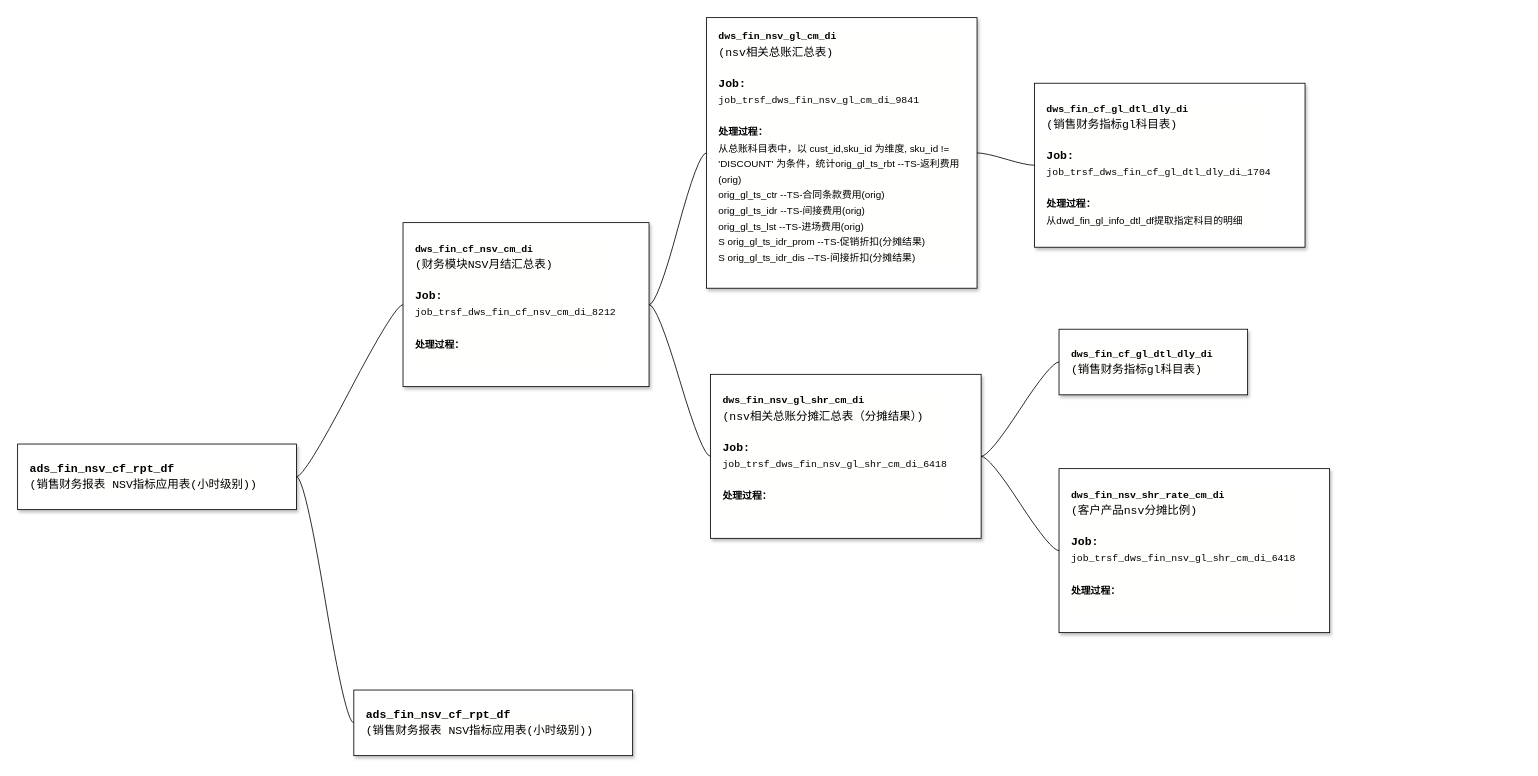
Earlier version of the draw.io diagram vitasoy-fin-nsv.drawio (fsJerryChan/fsJerryChan). Source tidied: cells renumbered, new cells numbered last; positions are measured from the earlier drawing's top-left corner, leaving out a move shared by most shapes. Both pictures are drawn from the tidied source at 82%, with x=0, y=0 at pixel (17, 17).
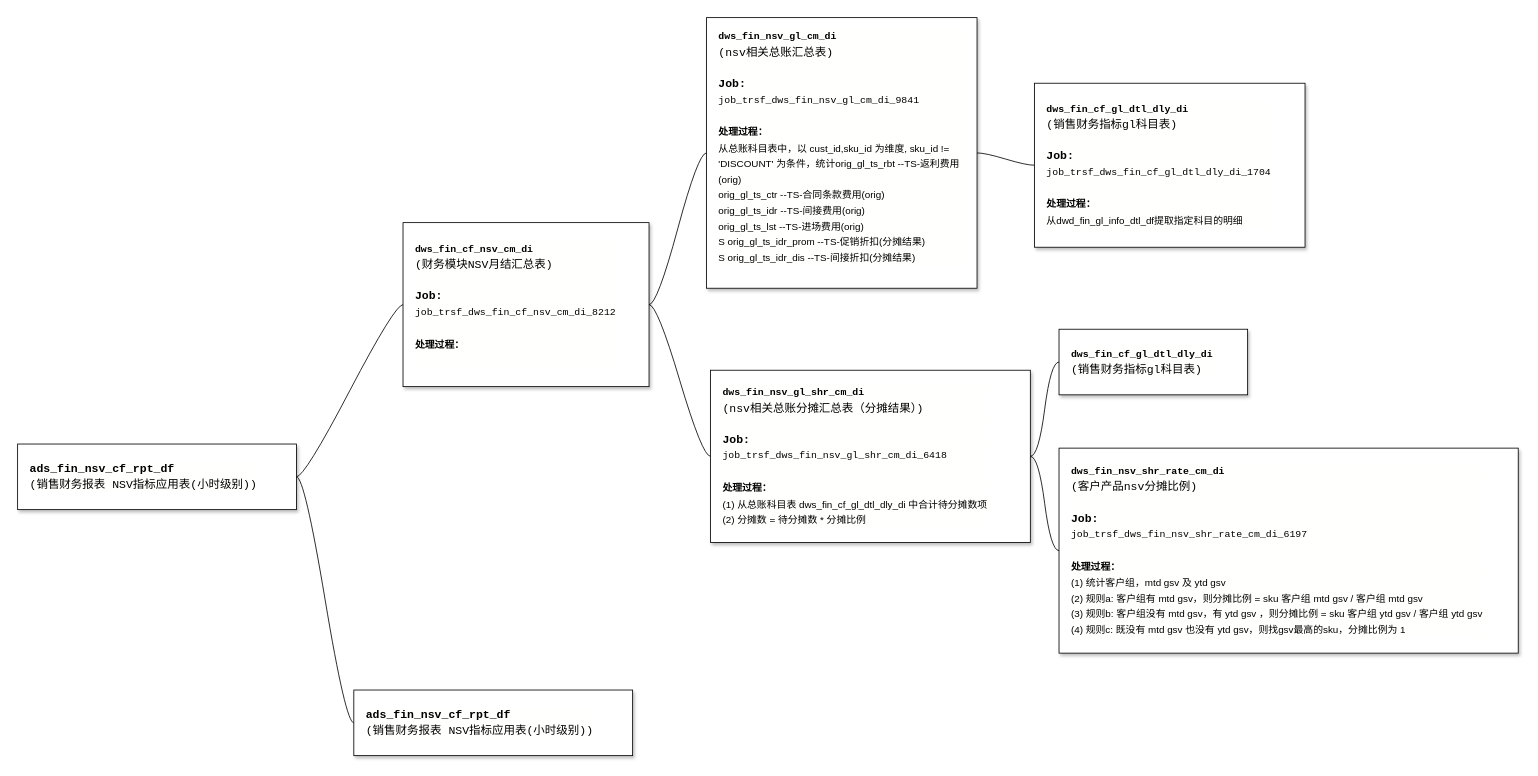
Above is the later version.

What changed in the source:
```diff
@@
 <mxGraphModel>
   <root>
     <mxCell id="0" />
     <mxCell id="1" parent="0" />
     <mxCell id="2" style="edgeStyle=entityRelationEdgeStyle;rounded=0;jettySize=auto;html=1;startArrow=none;endArrow=none;segment=10;curved=1;sourcePerimeterSpacing=0;targetPerimeterSpacing=0;" parent="1" edge="1" source="4" target="7">
       <mxGeometry relative="1" as="geometry" />
     </mxCell>
     <mxCell id="3" style="edgeStyle=entityRelationEdgeStyle;rounded=0;jettySize=auto;html=1;startArrow=none;endArrow=none;segment=10;curved=1;sourcePerimeterSpacing=0;targetPerimeterSpacing=0;" parent="1" edge="1" source="4" target="11">
       <mxGeometry relative="1" as="geometry" />
     </mxCell>
     <mxCell id="4" value="&lt;div style=&quot;background-color: rgb(255, 255, 254); font-family: Consolas, &amp;quot;Courier New&amp;quot;, monospace; font-size: 14px; line-height: 19px;&quot;&gt;&lt;b&gt;ads_fin_nsv_cf_rpt_df&lt;/b&gt;&lt;/div&gt;&lt;div style=&quot;background-color: rgb(255, 255, 254); font-family: Consolas, &amp;quot;Courier New&amp;quot;, monospace; font-size: 14px; line-height: 19px;&quot;&gt;(销售财务报表 NSV指标应用表(小时级别))&lt;/div&gt;" style="whiteSpace=wrap;html=1;rounded=0;arcSize=50;align=left;verticalAlign=middle;strokeWidth=1;spacing=15;newEdgeStyle={&quot;edgeStyle&quot;:&quot;entityRelationEdgeStyle&quot;,&quot;startArrow&quot;:&quot;none&quot;,&quot;endArrow&quot;:&quot;none&quot;,&quot;segment&quot;:10,&quot;curved&quot;:1,&quot;sourcePerimeterSpacing&quot;:0,&quot;targetPerimeterSpacing&quot;:0};shadow=1;" parent="1" vertex="1">
       <mxGeometry y="520" width="340" height="80" as="geometry" />
     </mxCell>
     <mxCell id="5" style="edgeStyle=entityRelationEdgeStyle;rounded=0;jettySize=auto;html=1;startArrow=none;endArrow=none;segment=10;curved=1;sourcePerimeterSpacing=0;targetPerimeterSpacing=0;" parent="1" edge="1" source="7" target="9">
       <mxGeometry relative="1" as="geometry" />
     </mxCell>
     <mxCell id="6" style="edgeStyle=entityRelationEdgeStyle;rounded=0;jettySize=auto;html=1;startArrow=none;endArrow=none;segment=10;curved=1;sourcePerimeterSpacing=0;targetPerimeterSpacing=0;" parent="1" edge="1" source="7" target="14">
       <mxGeometry relative="1" as="geometry" />
     </mxCell>
     <mxCell id="7" value="&lt;div style=&quot;background-color: rgb(255, 255, 254); line-height: 19px;&quot;&gt;&lt;font face=&quot;Consolas, Courier New, monospace&quot;&gt;&lt;b&gt;dws_fin_cf_nsv_cm_di&lt;/b&gt;&lt;/font&gt;&lt;br&gt;&lt;/div&gt;&lt;div style=&quot;background-color: rgb(255, 255, 254); font-family: Consolas, &amp;quot;Courier New&amp;quot;, monospace; font-size: 14px; line-height: 19px;&quot;&gt;(财务模块NSV月结汇总表)&lt;/div&gt;&lt;div style=&quot;background-color: rgb(255, 255, 254); font-family: Consolas, &amp;quot;Courier New&amp;quot;, monospace; font-size: 14px; line-height: 19px;&quot;&gt;&lt;br&gt;&lt;/div&gt;&lt;div style=&quot;background-color: rgb(255, 255, 254); font-family: Consolas, &amp;quot;Courier New&amp;quot;, monospace; font-size: 14px; line-height: 19px;&quot;&gt;&lt;b&gt;Job:&lt;/b&gt;&lt;/div&gt;&lt;div style=&quot;background-color: rgb(255, 255, 254); line-height: 19px;&quot;&gt;&lt;font face=&quot;Consolas, Courier New, monospace&quot;&gt;job_trsf_dws_fin_cf_nsv_cm_di_8212&lt;/font&gt;&lt;br&gt;&lt;/div&gt;&lt;div style=&quot;background-color: rgb(255, 255, 254); line-height: 19px;&quot;&gt;&lt;font face=&quot;Consolas, Courier New, monospace&quot;&gt;&lt;br&gt;&lt;/font&gt;&lt;/div&gt;&lt;div style=&quot;background-color: rgb(255, 255, 254); line-height: 19px;&quot;&gt;&lt;font face=&quot;Consolas, Courier New, monospace&quot;&gt;&lt;b&gt;处理过程：&lt;/b&gt;&lt;/font&gt;&lt;/div&gt;&lt;div style=&quot;background-color: rgb(255, 255, 254); line-height: 19px;&quot;&gt;&lt;br&gt;&lt;/div&gt;" style="whiteSpace=wrap;html=1;rounded=0;arcSize=50;align=left;verticalAlign=middle;strokeWidth=1;spacing=15;newEdgeStyle={&quot;edgeStyle&quot;:&quot;entityRelationEdgeStyle&quot;,&quot;startArrow&quot;:&quot;none&quot;,&quot;endArrow&quot;:&quot;none&quot;,&quot;segment&quot;:10,&quot;curved&quot;:1,&quot;sourcePerimeterSpacing&quot;:0,&quot;targetPerimeterSpacing&quot;:0};shadow=1;" parent="1" vertex="1">
       <mxGeometry x="470" y="250" width="300" height="200" as="geometry" />
     </mxCell>
     <mxCell id="8" style="edgeStyle=entityRelationEdgeStyle;rounded=0;jettySize=auto;html=1;startArrow=none;endArrow=none;segment=10;curved=1;sourcePerimeterSpacing=0;targetPerimeterSpacing=0;" parent="1" edge="1" source="9" target="10">
       <mxGeometry relative="1" as="geometry" />
     </mxCell>
     <mxCell id="9" value="&lt;div style=&quot;background-color: rgb(255, 255, 254); line-height: 19px;&quot;&gt;&lt;font face=&quot;Consolas, Courier New, monospace&quot;&gt;&lt;b&gt;dws_fin_nsv_gl_cm_di&lt;/b&gt;&lt;/font&gt;&lt;br&gt;&lt;/div&gt;&lt;div style=&quot;background-color: rgb(255, 255, 254); font-family: Consolas, &amp;quot;Courier New&amp;quot;, monospace; font-size: 14px; line-height: 19px;&quot;&gt;(nsv相关总账汇总表)&lt;/div&gt;&lt;div style=&quot;background-color: rgb(255, 255, 254); font-family: Consolas, &amp;quot;Courier New&amp;quot;, monospace; font-size: 14px; line-height: 19px;&quot;&gt;&lt;br&gt;&lt;/div&gt;&lt;div style=&quot;background-color: rgb(255, 255, 254); font-family: Consolas, &amp;quot;Courier New&amp;quot;, monospace; font-size: 14px; line-height: 19px;&quot;&gt;&lt;b&gt;Job:&lt;/b&gt;&lt;/div&gt;&lt;div style=&quot;background-color: rgb(255, 255, 254); line-height: 19px;&quot;&gt;&lt;font face=&quot;Consolas, Courier New, monospace&quot;&gt;job_trsf_dws_fin_nsv_gl_cm_di_9841&lt;/font&gt;&lt;br&gt;&lt;/div&gt;&lt;div style=&quot;background-color: rgb(255, 255, 254); line-height: 19px;&quot;&gt;&lt;font face=&quot;Consolas, Courier New, monospace&quot;&gt;&lt;br&gt;&lt;/font&gt;&lt;/div&gt;&lt;div style=&quot;background-color: rgb(255, 255, 254); line-height: 19px;&quot;&gt;&lt;font face=&quot;Consolas, Courier New, monospace&quot;&gt;&lt;b&gt;处理过程：&lt;/b&gt;&lt;/font&gt;&lt;/div&gt;&lt;div style=&quot;background-color: rgb(255, 255, 254); line-height: 19px;&quot;&gt;从总账科目表中，以 cust_id,sku_id 为维度, sku_id != 'DISCOUNT' 为条件，统计orig_gl_ts_rbt --TS-返利费用(orig)&lt;/div&gt;&lt;div style=&quot;background-color: rgb(255, 255, 254); line-height: 19px;&quot;&gt;orig_gl_ts_ctr --TS-合同条款费用(orig)&lt;/div&gt;&lt;div style=&quot;background-color: rgb(255, 255, 254); line-height: 19px;&quot;&gt;orig_gl_ts_idr --TS-间接费用(orig)&lt;/div&gt;&lt;div style=&quot;background-color: rgb(255, 255, 254); line-height: 19px;&quot;&gt;orig_gl_ts_lst --TS-进场费用(orig)&lt;/div&gt;&lt;div style=&quot;background-color: rgb(255, 255, 254); line-height: 19px;&quot;&gt;S orig_gl_ts_idr_prom --TS-促销折扣(分摊结果)&lt;/div&gt;&lt;div style=&quot;background-color: rgb(255, 255, 254); line-height: 19px;&quot;&gt;S orig_gl_ts_idr_dis --TS-间接折扣(分摊结果)&lt;/div&gt;&lt;div&gt;&lt;br&gt;&lt;/div&gt;" style="whiteSpace=wrap;html=1;rounded=0;arcSize=50;align=left;verticalAlign=middle;strokeWidth=1;spacing=15;newEdgeStyle={&quot;edgeStyle&quot;:&quot;entityRelationEdgeStyle&quot;,&quot;startArrow&quot;:&quot;none&quot;,&quot;endArrow&quot;:&quot;none&quot;,&quot;segment&quot;:10,&quot;curved&quot;:1,&quot;sourcePerimeterSpacing&quot;:0,&quot;targetPerimeterSpacing&quot;:0};shadow=1;" parent="1" vertex="1">
       <mxGeometry x="840" width="330" height="330" as="geometry" />
     </mxCell>
     <mxCell id="10" value="&lt;div style=&quot;background-color: rgb(255, 255, 254); line-height: 19px;&quot;&gt;&lt;font face=&quot;Consolas, Courier New, monospace&quot;&gt;&lt;b&gt;dws_fin_cf_gl_dtl_dly_di&lt;/b&gt;&lt;/font&gt;&lt;br&gt;&lt;/div&gt;&lt;div style=&quot;background-color: rgb(255, 255, 254); font-family: Consolas, &amp;quot;Courier New&amp;quot;, monospace; font-size: 14px; line-height: 19px;&quot;&gt;(销售财务指标gl科目表)&lt;/div&gt;&lt;div style=&quot;background-color: rgb(255, 255, 254); font-family: Consolas, &amp;quot;Courier New&amp;quot;, monospace; font-size: 14px; line-height: 19px;&quot;&gt;&lt;br&gt;&lt;/div&gt;&lt;div style=&quot;background-color: rgb(255, 255, 254); font-family: Consolas, &amp;quot;Courier New&amp;quot;, monospace; font-size: 14px; line-height: 19px;&quot;&gt;&lt;b&gt;Job:&lt;/b&gt;&lt;/div&gt;&lt;div style=&quot;background-color: rgb(255, 255, 254); line-height: 19px;&quot;&gt;&lt;font face=&quot;Consolas, Courier New, monospace&quot;&gt;job_trsf_dws_fin_cf_gl_dtl_dly_di_1704&lt;/font&gt;&lt;br&gt;&lt;/div&gt;&lt;div style=&quot;background-color: rgb(255, 255, 254); line-height: 19px;&quot;&gt;&lt;font face=&quot;Consolas, Courier New, monospace&quot;&gt;&lt;br&gt;&lt;/font&gt;&lt;/div&gt;&lt;div style=&quot;background-color: rgb(255, 255, 254); line-height: 19px;&quot;&gt;&lt;font face=&quot;Consolas, Courier New, monospace&quot;&gt;&lt;b&gt;处理过程：&lt;/b&gt;&lt;/font&gt;&lt;/div&gt;&lt;div style=&quot;background-color: rgb(255, 255, 254); line-height: 19px;&quot;&gt;&lt;font face=&quot;Consolas, Courier New, monospace&quot;&gt;从&lt;/font&gt;dwd_fin_gl_info_dtl_df提取指定科目的明细&lt;/div&gt;" style="whiteSpace=wrap;html=1;rounded=0;arcSize=50;align=left;verticalAlign=middle;strokeWidth=1;spacing=15;newEdgeStyle={&quot;edgeStyle&quot;:&quot;entityRelationEdgeStyle&quot;,&quot;startArrow&quot;:&quot;none&quot;,&quot;endArrow&quot;:&quot;none&quot;,&quot;segment&quot;:10,&quot;curved&quot;:1,&quot;sourcePerimeterSpacing&quot;:0,&quot;targetPerimeterSpacing&quot;:0};shadow=1;" parent="1" vertex="1">
       <mxGeometry x="1240" y="80" width="330" height="200" as="geometry" />
     </mxCell>
     <mxCell id="11" value="&lt;div style=&quot;background-color: rgb(255, 255, 254); font-family: Consolas, &amp;quot;Courier New&amp;quot;, monospace; font-size: 14px; line-height: 19px;&quot;&gt;&lt;b&gt;ads_fin_nsv_cf_rpt_df&lt;/b&gt;&lt;/div&gt;&lt;div style=&quot;background-color: rgb(255, 255, 254); font-family: Consolas, &amp;quot;Courier New&amp;quot;, monospace; font-size: 14px; line-height: 19px;&quot;&gt;(销售财务报表 NSV指标应用表(小时级别))&lt;/div&gt;" style="whiteSpace=wrap;html=1;rounded=0;arcSize=50;align=left;verticalAlign=middle;strokeWidth=1;spacing=15;newEdgeStyle={&quot;edgeStyle&quot;:&quot;entityRelationEdgeStyle&quot;,&quot;startArrow&quot;:&quot;none&quot;,&quot;endArrow&quot;:&quot;none&quot;,&quot;segment&quot;:10,&quot;curved&quot;:1,&quot;sourcePerimeterSpacing&quot;:0,&quot;targetPerimeterSpacing&quot;:0};shadow=1;" parent="1" vertex="1">
       <mxGeometry x="410" y="820" width="340" height="80" as="geometry" />
     </mxCell>
     <mxCell id="12" style="edgeStyle=entityRelationEdgeStyle;rounded=0;jettySize=auto;html=1;startArrow=none;endArrow=none;segment=10;curved=1;sourcePerimeterSpacing=0;targetPerimeterSpacing=0;" parent="1" edge="1" source="14" target="15">
       <mxGeometry relative="1" as="geometry" />
     </mxCell>
     <mxCell id="13" style="edgeStyle=entityRelationEdgeStyle;rounded=0;jettySize=auto;html=1;startArrow=none;endArrow=none;segment=10;curved=1;sourcePerimeterSpacing=0;targetPerimeterSpacing=0;" parent="1" edge="1" source="14" target="16">
       <mxGeometry relative="1" as="geometry" />
     </mxCell>
-    <mxCell id="14" value="&lt;div style=&quot;background-color: rgb(255, 255, 254); line-height: 19px;&quot;&gt;&lt;font face=&quot;Consolas, Courier New, monospace&quot;&gt;&lt;b&gt;dws_fin_nsv_gl_shr_cm_di&lt;/b&gt;&lt;/font&gt;&lt;br&gt;&lt;/div&gt;&lt;div style=&quot;background-color: rgb(255, 255, 254); font-family: Consolas, &amp;quot;Courier New&amp;quot;, monospace; font-size: 14px; line-height: 19px;&quot;&gt;(nsv相关总账分摊汇总表（分摊结果）)&lt;/div&gt;&lt;div style=&quot;background-color: rgb(255, 255, 254); font-family: Consolas, &amp;quot;Courier New&amp;quot;, monospace; font-size: 14px; line-height: 19px;&quot;&gt;&lt;br&gt;&lt;/div&gt;&lt;div style=&quot;background-color: rgb(255, 255, 254); font-family: Consolas, &amp;quot;Courier New&amp;quot;, monospace; font-size: 14px; line-height: 19px;&quot;&gt;&lt;b&gt;Job:&lt;/b&gt;&lt;/div&gt;&lt;div style=&quot;background-color: rgb(255, 255, 254); line-height: 19px;&quot;&gt;&lt;font face=&quot;Consolas, Courier New, monospace&quot;&gt;job_trsf_dws_fin_nsv_gl_shr_cm_di_6418&lt;/font&gt;&lt;br&gt;&lt;/div&gt;&lt;div style=&quot;background-color: rgb(255, 255, 254); line-height: 19px;&quot;&gt;&lt;font face=&quot;Consolas, Courier New, monospace&quot;&gt;&lt;br&gt;&lt;/font&gt;&lt;/div&gt;&lt;div style=&quot;background-color: rgb(255, 255, 254); line-height: 19px;&quot;&gt;&lt;font face=&quot;Consolas, Courier New, monospace&quot;&gt;&lt;b&gt;处理过程：&lt;/b&gt;&lt;/font&gt;&lt;/div&gt;&lt;div style=&quot;background-color: rgb(255, 255, 254); line-height: 19px;&quot;&gt;&lt;br&gt;&lt;/div&gt;" style="whiteSpace=wrap;html=1;rounded=0;arcSize=50;align=left;verticalAlign=middle;strokeWidth=1;spacing=15;newEdgeStyle={&quot;edgeStyle&quot;:&quot;entityRelationEdgeStyle&quot;,&quot;startArrow&quot;:&quot;none&quot;,&quot;endArrow&quot;:&quot;none&quot;,&quot;segment&quot;:10,&quot;curved&quot;:1,&quot;sourcePerimeterSpacing&quot;:0,&quot;targetPerimeterSpacing&quot;:0};shadow=1;" parent="1" vertex="1">
-      <mxGeometry x="845" y="435" width="330" height="200" as="geometry" />
+    <mxCell id="14" value="&lt;div style=&quot;background-color: rgb(255, 255, 254); line-height: 19px;&quot;&gt;&lt;font face=&quot;Consolas, Courier New, monospace&quot;&gt;&lt;b&gt;dws_fin_nsv_gl_shr_cm_di&lt;/b&gt;&lt;/font&gt;&lt;br&gt;&lt;/div&gt;&lt;div style=&quot;background-color: rgb(255, 255, 254); font-family: Consolas, &amp;quot;Courier New&amp;quot;, monospace; font-size: 14px; line-height: 19px;&quot;&gt;(nsv相关总账分摊汇总表（分摊结果）)&lt;/div&gt;&lt;div style=&quot;background-color: rgb(255, 255, 254); font-family: Consolas, &amp;quot;Courier New&amp;quot;, monospace; font-size: 14px; line-height: 19px;&quot;&gt;&lt;br&gt;&lt;/div&gt;&lt;div style=&quot;background-color: rgb(255, 255, 254); font-family: Consolas, &amp;quot;Courier New&amp;quot;, monospace; font-size: 14px; line-height: 19px;&quot;&gt;&lt;b&gt;Job:&lt;/b&gt;&lt;/div&gt;&lt;div style=&quot;background-color: rgb(255, 255, 254); line-height: 19px;&quot;&gt;&lt;font face=&quot;Consolas, Courier New, monospace&quot;&gt;job_trsf_dws_fin_nsv_gl_shr_cm_di_6418&lt;/font&gt;&lt;br&gt;&lt;/div&gt;&lt;div style=&quot;background-color: rgb(255, 255, 254); line-height: 19px;&quot;&gt;&lt;font face=&quot;Consolas, Courier New, monospace&quot;&gt;&lt;br&gt;&lt;/font&gt;&lt;/div&gt;&lt;div style=&quot;background-color: rgb(255, 255, 254); line-height: 19px;&quot;&gt;&lt;font face=&quot;Consolas, Courier New, monospace&quot;&gt;&lt;b&gt;处理过程：&lt;/b&gt;&lt;/font&gt;&lt;/div&gt;&lt;div style=&quot;background-color: rgb(255, 255, 254); line-height: 19px;&quot;&gt;(1) 从总账科目表&amp;nbsp;dws_fin_cf_gl_dtl_dly_di 中合计待分摊数项&lt;/div&gt;&lt;div style=&quot;background-color: rgb(255, 255, 254); line-height: 19px;&quot;&gt;(2) 分摊数 = 待分摊数 * 分摊比例&lt;/div&gt;" style="whiteSpace=wrap;html=1;rounded=0;arcSize=50;align=left;verticalAlign=middle;strokeWidth=1;spacing=15;newEdgeStyle={&quot;edgeStyle&quot;:&quot;entityRelationEdgeStyle&quot;,&quot;startArrow&quot;:&quot;none&quot;,&quot;endArrow&quot;:&quot;none&quot;,&quot;segment&quot;:10,&quot;curved&quot;:1,&quot;sourcePerimeterSpacing&quot;:0,&quot;targetPerimeterSpacing&quot;:0};shadow=1;" parent="1" vertex="1">
+      <mxGeometry x="845" y="430" width="390" height="210" as="geometry" />
     </mxCell>
     <mxCell id="15" value="&lt;div style=&quot;background-color: rgb(255, 255, 254); line-height: 19px;&quot;&gt;&lt;div style=&quot;font-family: Consolas, &amp;quot;Courier New&amp;quot;, monospace; font-size: 14px; line-height: 19px;&quot;&gt;&lt;div style=&quot;border-color: var(--border-color); font-family: Helvetica; font-size: 12px; line-height: 19px;&quot;&gt;&lt;font style=&quot;border-color: var(--border-color);&quot; face=&quot;Consolas, Courier New, monospace&quot;&gt;&lt;b style=&quot;border-color: var(--border-color);&quot;&gt;dws_fin_cf_gl_dtl_dly_di&lt;/b&gt;&lt;/font&gt;&lt;br style=&quot;border-color: var(--border-color);&quot;&gt;&lt;/div&gt;&lt;div style=&quot;border-color: var(--border-color); line-height: 19px;&quot;&gt;(销售财务指标gl科目表)&lt;/div&gt;&lt;/div&gt;&lt;/div&gt;" style="whiteSpace=wrap;html=1;rounded=0;arcSize=50;align=left;verticalAlign=middle;strokeWidth=1;spacing=15;newEdgeStyle={&quot;edgeStyle&quot;:&quot;entityRelationEdgeStyle&quot;,&quot;startArrow&quot;:&quot;none&quot;,&quot;endArrow&quot;:&quot;none&quot;,&quot;segment&quot;:10,&quot;curved&quot;:1,&quot;sourcePerimeterSpacing&quot;:0,&quot;targetPerimeterSpacing&quot;:0};shadow=1;" parent="1" vertex="1">
       <mxGeometry x="1270" y="380" width="230" height="80" as="geometry" />
     </mxCell>
-    <mxCell id="16" value="&lt;div style=&quot;background-color: rgb(255, 255, 254); line-height: 19px;&quot;&gt;&lt;font face=&quot;Consolas, Courier New, monospace&quot;&gt;&lt;b&gt;dws_fin_nsv_shr_rate_cm_di&lt;/b&gt;&lt;/font&gt;&lt;br&gt;&lt;/div&gt;&lt;div style=&quot;background-color: rgb(255, 255, 254); font-family: Consolas, &amp;quot;Courier New&amp;quot;, monospace; font-size: 14px; line-height: 19px;&quot;&gt;(客户产品nsv分摊比例)&lt;/div&gt;&lt;div style=&quot;background-color: rgb(255, 255, 254); font-family: Consolas, &amp;quot;Courier New&amp;quot;, monospace; font-size: 14px; line-height: 19px;&quot;&gt;&lt;br&gt;&lt;/div&gt;&lt;div style=&quot;background-color: rgb(255, 255, 254); font-family: Consolas, &amp;quot;Courier New&amp;quot;, monospace; font-size: 14px; line-height: 19px;&quot;&gt;&lt;b&gt;Job:&lt;/b&gt;&lt;/div&gt;&lt;div style=&quot;background-color: rgb(255, 255, 254); line-height: 19px;&quot;&gt;&lt;font face=&quot;Consolas, Courier New, monospace&quot;&gt;job_trsf_dws_fin_nsv_gl_shr_cm_di_6418&lt;/font&gt;&lt;br&gt;&lt;/div&gt;&lt;div style=&quot;background-color: rgb(255, 255, 254); line-height: 19px;&quot;&gt;&lt;font face=&quot;Consolas, Courier New, monospace&quot;&gt;&lt;br&gt;&lt;/font&gt;&lt;/div&gt;&lt;div style=&quot;background-color: rgb(255, 255, 254); line-height: 19px;&quot;&gt;&lt;font face=&quot;Consolas, Courier New, monospace&quot;&gt;&lt;b&gt;处理过程：&lt;/b&gt;&lt;/font&gt;&lt;/div&gt;&lt;div style=&quot;background-color: rgb(255, 255, 254); line-height: 19px;&quot;&gt;&lt;br&gt;&lt;/div&gt;" style="whiteSpace=wrap;html=1;rounded=0;arcSize=50;align=left;verticalAlign=middle;strokeWidth=1;spacing=15;newEdgeStyle={&quot;edgeStyle&quot;:&quot;entityRelationEdgeStyle&quot;,&quot;startArrow&quot;:&quot;none&quot;,&quot;endArrow&quot;:&quot;none&quot;,&quot;segment&quot;:10,&quot;curved&quot;:1,&quot;sourcePerimeterSpacing&quot;:0,&quot;targetPerimeterSpacing&quot;:0};shadow=1;" parent="1" vertex="1">
-      <mxGeometry x="1270" y="550" width="330" height="200" as="geometry" />
+    <mxCell id="16" value="&lt;div style=&quot;background-color: rgb(255, 255, 254); line-height: 19px;&quot;&gt;&lt;font face=&quot;Consolas, Courier New, monospace&quot;&gt;&lt;b&gt;dws_fin_nsv_shr_rate_cm_di&lt;/b&gt;&lt;/font&gt;&lt;br&gt;&lt;/div&gt;&lt;div style=&quot;background-color: rgb(255, 255, 254); font-family: Consolas, &amp;quot;Courier New&amp;quot;, monospace; font-size: 14px; line-height: 19px;&quot;&gt;(客户产品nsv分摊比例)&lt;/div&gt;&lt;div style=&quot;background-color: rgb(255, 255, 254); font-family: Consolas, &amp;quot;Courier New&amp;quot;, monospace; font-size: 14px; line-height: 19px;&quot;&gt;&lt;br&gt;&lt;/div&gt;&lt;div style=&quot;background-color: rgb(255, 255, 254); font-family: Consolas, &amp;quot;Courier New&amp;quot;, monospace; font-size: 14px; line-height: 19px;&quot;&gt;&lt;b&gt;Job:&lt;/b&gt;&lt;/div&gt;&lt;div style=&quot;background-color: rgb(255, 255, 254); line-height: 19px;&quot;&gt;&lt;font face=&quot;Consolas, Courier New, monospace&quot;&gt;job_trsf_dws_fin_nsv_shr_rate_cm_di_6197&lt;/font&gt;&lt;br&gt;&lt;/div&gt;&lt;div style=&quot;background-color: rgb(255, 255, 254); line-height: 19px;&quot;&gt;&lt;font face=&quot;Consolas, Courier New, monospace&quot;&gt;&lt;br&gt;&lt;/font&gt;&lt;/div&gt;&lt;div style=&quot;background-color: rgb(255, 255, 254); line-height: 19px;&quot;&gt;&lt;font face=&quot;Consolas, Courier New, monospace&quot;&gt;&lt;b&gt;处理过程：&lt;/b&gt;&lt;/font&gt;&lt;/div&gt;&lt;div style=&quot;background-color: rgb(255, 255, 254); line-height: 19px;&quot;&gt;(1) 统计客户组，mtd gsv 及 ytd gsv&lt;/div&gt;&lt;div style=&quot;background-color: rgb(255, 255, 254); line-height: 19px;&quot;&gt;(2) 规则a: 客户组有 mtd gsv，则分摊比例 = sku 客户组 mtd gsv / 客户组 mtd gsv&lt;/div&gt;&lt;div style=&quot;background-color: rgb(255, 255, 254); line-height: 19px;&quot;&gt;(3) 规则b: 客户组没有 mtd gsv，有 ytd gsv ，则分摊比例 = sku 客户组 ytd gsv / 客户组 ytd gsv&lt;/div&gt;&lt;div style=&quot;background-color: rgb(255, 255, 254); line-height: 19px;&quot;&gt;(4) 规则c: 既没有 mtd gsv 也没有 ytd gsv，则找gsv最高的sku，分摊比例为 1&lt;/div&gt;" style="whiteSpace=wrap;html=1;rounded=0;arcSize=50;align=left;verticalAlign=middle;strokeWidth=1;spacing=15;newEdgeStyle={&quot;edgeStyle&quot;:&quot;entityRelationEdgeStyle&quot;,&quot;startArrow&quot;:&quot;none&quot;,&quot;endArrow&quot;:&quot;none&quot;,&quot;segment&quot;:10,&quot;curved&quot;:1,&quot;sourcePerimeterSpacing&quot;:0,&quot;targetPerimeterSpacing&quot;:0};shadow=1;" parent="1" vertex="1">
+      <mxGeometry x="1270" y="525" width="560" height="250" as="geometry" />
     </mxCell>
   </root>
 </mxGraphModel>
```
